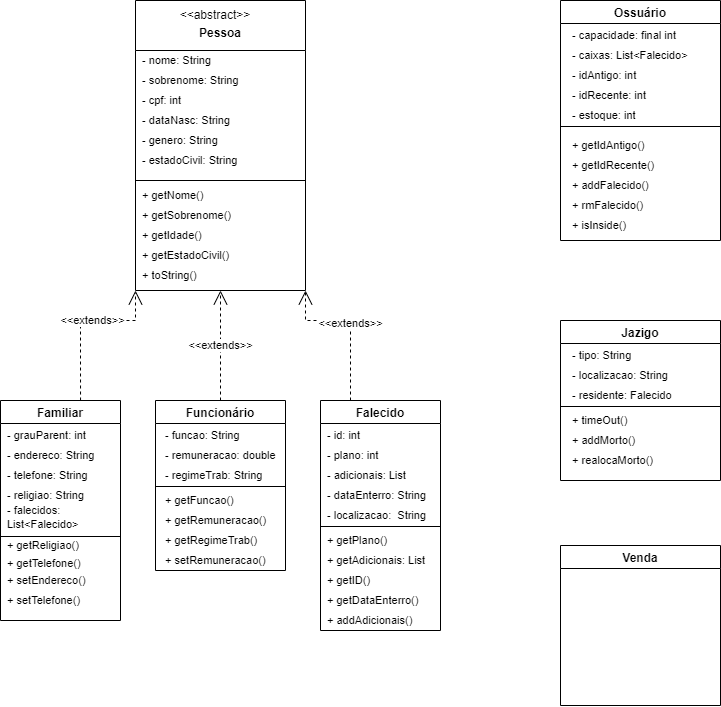
This is Diagrama_cemiterio.png from cemiterioPOO/Cemiterio, a draw.io export, as it was before one commit. Source tidied: cells renumbered, new cells last; positions are measured from the earlier drawing's top-left corner, leaving out a move shared by most shapes.
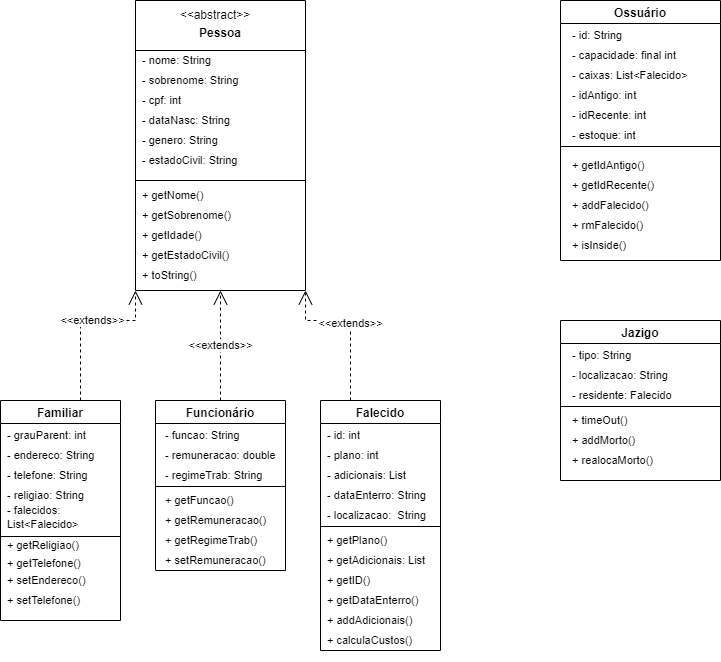
Later version of the same file.

What changed in the source:
```diff
@@ -132,7 +132,7 @@
       <mxGeometry x="7.5" y="140" width="112.5" height="40" as="geometry" />
     </mxCell>
     <mxCell id="44" value="Falecido" style="swimlane;" parent="1" vertex="1">
-      <mxGeometry x="320" y="400" width="120" height="230" as="geometry" />
+      <mxGeometry x="320" y="400" width="120" height="250" as="geometry" />
     </mxCell>
     <mxCell id="45" value="- plano: int" style="text;html=1;strokeColor=none;fillColor=none;align=left;verticalAlign=middle;whiteSpace=wrap;rounded=0;fontSize=11;" parent="44" vertex="1">
       <mxGeometry x="5" y="40" width="110" height="30" as="geometry" />
@@ -167,45 +167,48 @@
     <mxCell id="55" value="+ addAdicionais()" style="text;html=1;strokeColor=none;fillColor=none;align=left;verticalAlign=middle;whiteSpace=wrap;rounded=0;fontSize=11;" parent="44" vertex="1">
       <mxGeometry x="5" y="200" width="112.5" height="40" as="geometry" />
     </mxCell>
+    <mxCell id="72" value="+ calculaCustos()" style="text;html=1;strokeColor=none;fillColor=none;align=left;verticalAlign=middle;whiteSpace=wrap;rounded=0;fontSize=11;" parent="44" vertex="1">
+      <mxGeometry x="5" y="220" width="112.5" height="40" as="geometry" />
+    </mxCell>
     <mxCell id="56" value="Ossuário" style="swimlane;startSize=23;" parent="1" vertex="1">
-      <mxGeometry x="560" width="160" height="240" as="geometry" />
+      <mxGeometry x="560" width="160" height="260" as="geometry" />
     </mxCell>
     <mxCell id="57" value="- capacidade: final int" style="text;html=1;strokeColor=none;fillColor=none;align=left;verticalAlign=middle;whiteSpace=wrap;rounded=0;fontSize=11;" parent="56" vertex="1">
-      <mxGeometry x="10" y="20" width="120" height="30" as="geometry" />
+      <mxGeometry x="10" y="40" width="120" height="30" as="geometry" />
     </mxCell>
     <mxCell id="58" value="- idAntigo: int" style="text;html=1;strokeColor=none;fillColor=none;align=left;verticalAlign=middle;whiteSpace=wrap;rounded=0;fontSize=11;" parent="56" vertex="1">
-      <mxGeometry x="10" y="60" width="110" height="30" as="geometry" />
+      <mxGeometry x="10" y="80" width="110" height="30" as="geometry" />
     </mxCell>
     <mxCell id="59" value="- idRecente: int" style="text;html=1;strokeColor=none;fillColor=none;align=left;verticalAlign=middle;whiteSpace=wrap;rounded=0;fontSize=11;" parent="56" vertex="1">
-      <mxGeometry x="10" y="80" width="110" height="30" as="geometry" />
+      <mxGeometry x="10" y="100" width="110" height="30" as="geometry" />
     </mxCell>
     <mxCell id="60" value="- caixas: List&amp;lt;Falecido&amp;gt;" style="text;html=1;strokeColor=none;fillColor=none;align=left;verticalAlign=middle;whiteSpace=wrap;rounded=0;fontSize=11;" parent="56" vertex="1">
-      <mxGeometry x="10" y="40" width="130" height="30" as="geometry" />
+      <mxGeometry x="10" y="60" width="130" height="30" as="geometry" />
     </mxCell>
     <mxCell id="61" value="- estoque: int" style="text;html=1;strokeColor=none;fillColor=none;align=left;verticalAlign=middle;whiteSpace=wrap;rounded=0;fontSize=11;" parent="56" vertex="1">
-      <mxGeometry x="10" y="100" width="110" height="30" as="geometry" />
+      <mxGeometry x="10" y="120" width="110" height="30" as="geometry" />
     </mxCell>
     <mxCell id="62" style="line;strokeWidth=1;fillColor=none;align=left;verticalAlign=middle;spacingTop=-1;spacingLeft=3;spacingRight=3;labelPosition=right;fontSize=11;" parent="56" vertex="1">
-      <mxGeometry y="122" width="160" height="8" as="geometry" />
+      <mxGeometry y="142" width="160" height="8" as="geometry" />
     </mxCell>
     <mxCell id="63" value="+ getIdAntigo()" style="text;html=1;strokeColor=none;fillColor=none;align=left;verticalAlign=middle;whiteSpace=wrap;rounded=0;fontSize=11;" parent="56" vertex="1">
-      <mxGeometry x="10" y="130" width="110" height="30" as="geometry" />
+      <mxGeometry x="10" y="150" width="110" height="30" as="geometry" />
     </mxCell>
     <mxCell id="64" value="+ getIdRecente()" style="text;html=1;strokeColor=none;fillColor=none;align=left;verticalAlign=middle;whiteSpace=wrap;rounded=0;fontSize=11;" parent="56" vertex="1">
-      <mxGeometry x="10" y="150" width="110" height="30" as="geometry" />
+      <mxGeometry x="10" y="170" width="110" height="30" as="geometry" />
     </mxCell>
     <mxCell id="65" value="+ addFalecido()" style="text;html=1;strokeColor=none;fillColor=none;align=left;verticalAlign=middle;whiteSpace=wrap;rounded=0;fontSize=11;" parent="56" vertex="1">
-      <mxGeometry x="10" y="170" width="110" height="30" as="geometry" />
+      <mxGeometry x="10" y="190" width="110" height="30" as="geometry" />
     </mxCell>
     <mxCell id="66" value="+ rmFalecido()" style="text;html=1;strokeColor=none;fillColor=none;align=left;verticalAlign=middle;whiteSpace=wrap;rounded=0;fontSize=11;" parent="56" vertex="1">
-      <mxGeometry x="10" y="190" width="110" height="30" as="geometry" />
+      <mxGeometry x="10" y="210" width="110" height="30" as="geometry" />
     </mxCell>
     <mxCell id="67" value="+ isInside()" style="text;html=1;strokeColor=none;fillColor=none;align=left;verticalAlign=middle;whiteSpace=wrap;rounded=0;fontSize=11;" parent="56" vertex="1">
-      <mxGeometry x="10" y="210" width="110" height="30" as="geometry" />
+      <mxGeometry x="10" y="230" width="110" height="30" as="geometry" />
     </mxCell>
-    <mxCell id="68" value="Venda" style="swimlane;startSize=23;" parent="1" vertex="1">
-      <mxGeometry x="560" y="545" width="160" height="160" as="geometry" />
-    </mxCell>
+    <mxCell id="73" value="- id: String" style="text;html=1;strokeColor=none;fillColor=none;align=left;verticalAlign=middle;whiteSpace=wrap;rounded=0;fontSize=11;" parent="56" vertex="1">
+      <mxGeometry x="10" y="20" width="110" height="30" as="geometry" />
+    </mxCell>
     <mxCell id="69" value="&amp;lt;&amp;lt;extends&amp;gt;&amp;gt;" style="endArrow=open;endSize=12;dashed=1;html=1;rounded=0;fontSize=11;exitX=0.667;exitY=0;exitDx=0;exitDy=0;entryX=0;entryY=1;entryDx=0;entryDy=0;exitPerimeter=0;" parent="1" edge="1" source="24" target="2">
       <mxGeometry x="0.12" relative="1" as="geometry">
         <Array as="points">
```
